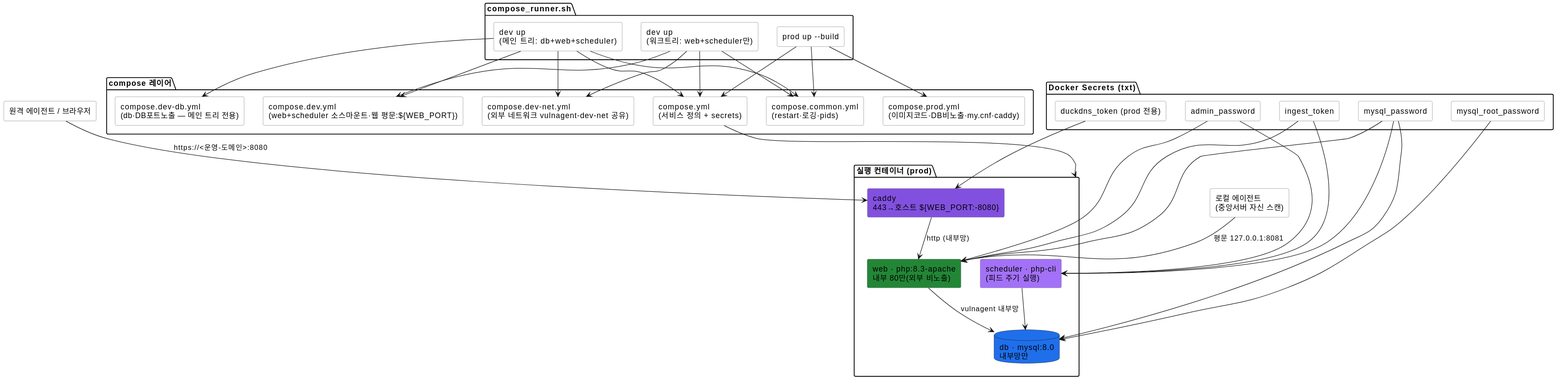
Before: docs/specs/diagrams/배포구성.svg, a diagram exported from PlantUML (JeongDoWook/vuln-agent).
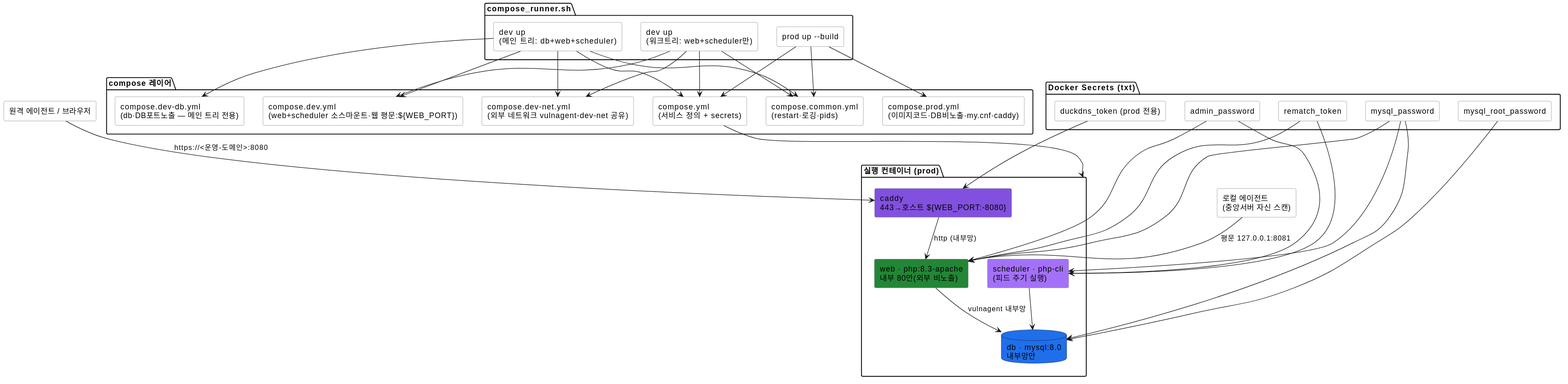
After the change.

The edit, as a diff of the source:
```diff
@@ -25,7 +25,7 @@
 package "Docker Secrets (txt)" as Secrets {
     rectangle "mysql_root_password" as S1
     rectangle "mysql_password" as S2
-    rectangle "ingest_token" as S3
+    rectangle "rematch_token" as S3
     rectangle "admin_password" as S4
     rectangle "duckdns_token (prod 전용)" as S5
 }
```
